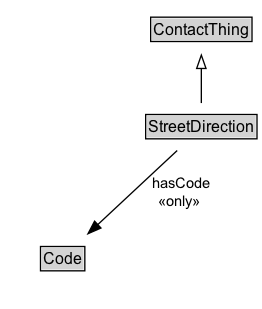
This is docs/diagrams/StreetDirection.dot.png from ISO-TC204/ontology-cdm-p2-v1, a Graphviz export, as it was before one commit. Its source is kept beside it as docs/diagrams/StreetDirection.dot. Source of this version:
```dot
digraph {
	graph [overlap=false rankdir=TB splines=true]
	node [fontname=Arial fontsize=12 margin=0 shape=none]
	edge [fontname=Arial fontsize=11]
	{
		rank=max
		StreetDirection [label=<<TABLE BORDER="1" CELLBORDER="0" CELLSPACING="0" CELLPADDING="1"><TR><TD BGCOLOR="lightgray" ALIGN="CENTER" PORT="e">StreetDirection</TD></TR></TABLE>> URL="../StreetDirection.md" margin=0]
	}
	subgraph cluster_associated {
		label="" style=invis
		Invis [label=<<TABLE BORDER="0" CELLBORDER="0" CELLSPACING="0" CELLPADDING="1"><TR><TD></TD></TR></TABLE>> margin=0 style=invis]
		Code [label=<<TABLE BORDER="1" CELLBORDER="0" CELLSPACING="0" CELLPADDING="1"><TR><TD BGCOLOR="lightgray" ALIGN="CENTER">Code</TD></TR></TABLE>> URL="../Code.md" margin=0]
	}
	ContactThing [label=<<TABLE BORDER="1" CELLBORDER="0" CELLSPACING="0" CELLPADDING="1"><TR><TD BGCOLOR="lightgray" ALIGN="CENTER">ContactThing</TD></TR></TABLE>> URL="../ContactThing.md" margin=0]
	StreetDirection -> ContactThing [arrowhead=onormal style=solid]
	StreetDirection -> Invis [style=invis]
	Invis -> Code [style=invis]
	StreetDirection -> Code [label=" hasCode
 «only»  " arrowhead=normal style=solid]
}
```
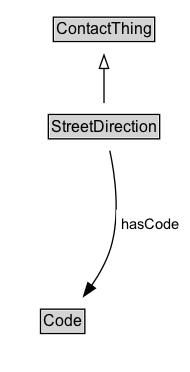
Later version of the same file.

Change to the diagram source:
```diff
@@ -3,18 +3,21 @@
 	node [fontname=Arial fontsize=12 margin=0 shape=none]
 	edge [fontname=Arial fontsize=11]
 	{
+		rank=source
+		ContactThing [label=<<TABLE BORDER="1" CELLBORDER="0" CELLSPACING="0" CELLPADDING="1"><TR><TD BGCOLOR="lightgray" ALIGN="CENTER">ContactThing</TD></TR></TABLE>> URL="../ContactThing" margin=0]
+	}
+	StreetDirection [label=<<TABLE BORDER="1" CELLBORDER="0" CELLSPACING="0" CELLPADDING="1"><TR><TD BGCOLOR="lightgray" ALIGN="CENTER">StreetDirection</TD></TR></TABLE>> URL="../StreetDirection" margin=0]
+	{
 		rank=max
-		StreetDirection [label=<<TABLE BORDER="1" CELLBORDER="0" CELLSPACING="0" CELLPADDING="1"><TR><TD BGCOLOR="lightgray" ALIGN="CENTER" PORT="e">StreetDirection</TD></TR></TABLE>> URL="../StreetDirection.md" margin=0]
 	}
 	subgraph cluster_associated {
 		label="" style=invis
 		Invis [label=<<TABLE BORDER="0" CELLBORDER="0" CELLSPACING="0" CELLPADDING="1"><TR><TD></TD></TR></TABLE>> margin=0 style=invis]
-		Code [label=<<TABLE BORDER="1" CELLBORDER="0" CELLSPACING="0" CELLPADDING="1"><TR><TD BGCOLOR="lightgray" ALIGN="CENTER">Code</TD></TR></TABLE>> URL="../Code.md" margin=0]
+		Code [label=<<TABLE BORDER="1" CELLBORDER="0" CELLSPACING="0" CELLPADDING="1"><TR><TD BGCOLOR="lightgray" ALIGN="CENTER">Code</TD></TR></TABLE>> URL="../Code" margin=0]
 	}
-	ContactThing [label=<<TABLE BORDER="1" CELLBORDER="0" CELLSPACING="0" CELLPADDING="1"><TR><TD BGCOLOR="lightgray" ALIGN="CENTER">ContactThing</TD></TR></TABLE>> URL="../ContactThing.md" margin=0]
 	StreetDirection -> ContactThing [arrowhead=onormal style=solid]
 	StreetDirection -> Invis [style=invis]
 	Invis -> Code [style=invis]
-	StreetDirection -> Code [label=" hasCode
- «only»  " arrowhead=normal style=solid]
+	Code [label=<<TABLE BORDER="1" CELLBORDER="0" CELLSPACING="0" CELLPADDING="1"><TR><TD BGCOLOR="lightgray" ALIGN="CENTER">Code</TD></TR></TABLE>> URL="../Code" margin=0]
+	StreetDirection -> Code [label=<<TABLE BORDER="0" CELLBORDER="0" CELLSPACING="0" CELLPADDING="4" BGCOLOR="white"><TR><TD ALIGN="CENTER">hasCode</TD></TR></TABLE>> arrowhead=normal style=solid]
 }
```
